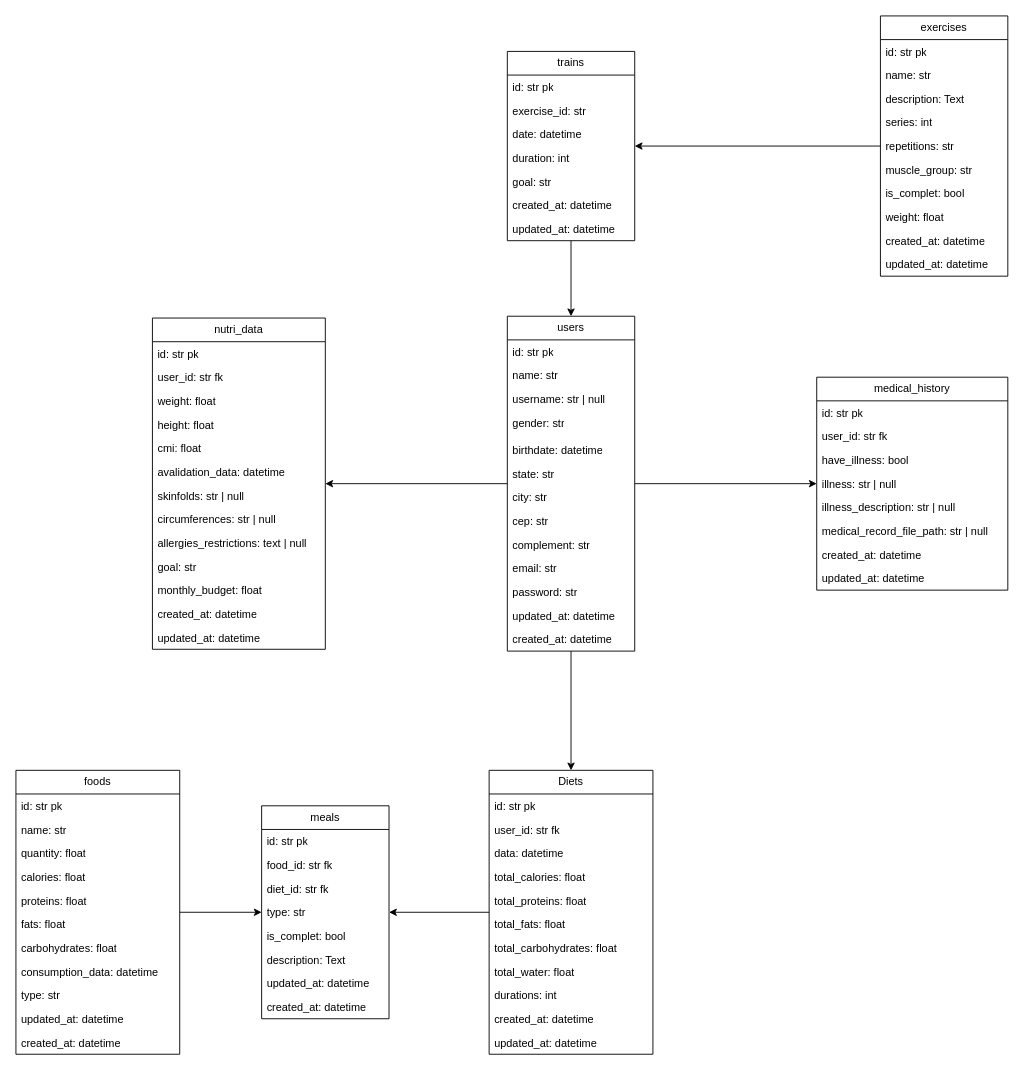
This is docs/db.drawio from mauriciobenjamin700/nutrissas-api, a draw.io file, before an edit. Source tidied: cells renumbered, new cells numbered last; positions are measured from the earlier drawing's top-left corner, leaving out a move shared by most shapes. Both pictures are drawn from the tidied source at 91%, with x=0, y=0 at pixel (15, 15).
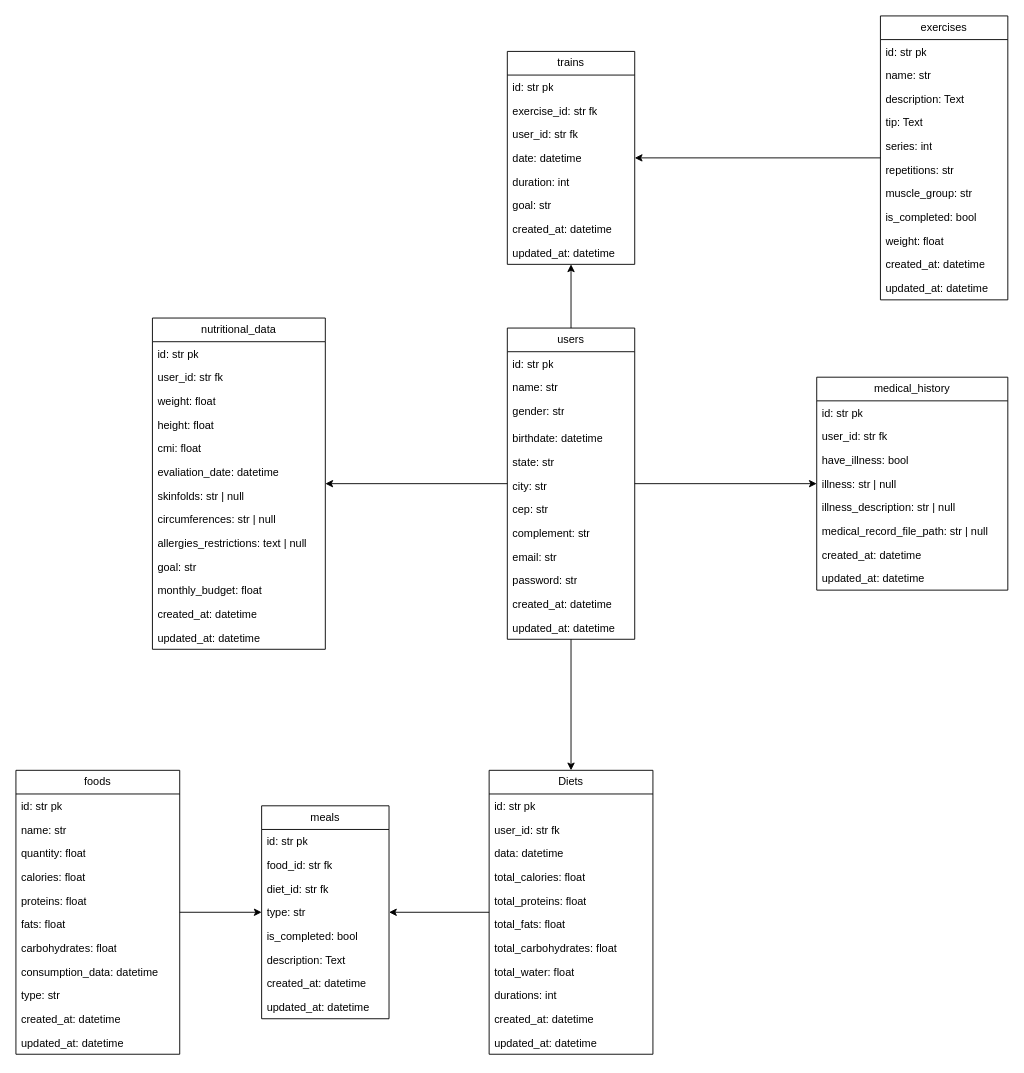
The same diagram, later.

Unchanged cells that the change refers to:
```xml
<mxCell id="43" value="foods" style="swimlane;fontStyle=0;horizontal=1;startSize=26;fillColor=none;whiteSpace=wrap;html=1;" parent="1" vertex="1">
  <mxGeometry y="829" width="180" height="312" as="geometry" />
</mxCell>
<mxCell id="55" value="meals" style="swimlane;fontStyle=0;horizontal=1;startSize=26;fillColor=none;whiteSpace=wrap;html=1;" parent="1" vertex="1">
  <mxGeometry x="270" y="868" width="140" height="234" as="geometry" />
</mxCell>
```

Change to the diagram source:
```diff
@@
+    <mxCell id="98" style="edgeStyle=none;html=1;" parent="1" edge="1" source="5" target="78">
+      <mxGeometry relative="1" as="geometry" />
+    </mxCell>
     <mxCell id="5" value="users" style="swimlane;fontStyle=0;horizontal=1;startSize=26;fillColor=none;whiteSpace=wrap;html=1;" parent="1" vertex="1">
-      <mxGeometry x="540" y="330" width="140" height="368" as="geometry" />
+      <mxGeometry x="540" y="343" width="140" height="342" as="geometry" />
     </mxCell>
@@
-    <mxCell id="8" value="username: str | null" style="text;strokeColor=none;fillColor=none;align=left;verticalAlign=top;spacingLeft=4;spacingRight=4;overflow=hidden;whiteSpace=wrap;html=1;" parent="5" vertex="1">
-      <mxGeometry y="78" width="140" height="26" as="geometry" />
-    </mxCell>
     <mxCell id="9" value="gender: str" style="text;strokeColor=none;fillColor=none;align=left;verticalAlign=top;spacingLeft=4;spacingRight=4;overflow=hidden;whiteSpace=wrap;html=1;" parent="5" vertex="1">
-      <mxGeometry y="104" width="140" height="30" as="geometry" />
+      <mxGeometry y="78" width="140" height="30" as="geometry" />
     </mxCell>
     <mxCell id="10" value="birthdate: datetime" style="text;strokeColor=none;fillColor=none;align=left;verticalAlign=top;spacingLeft=4;spacingRight=4;overflow=hidden;whiteSpace=wrap;html=1;" parent="5" vertex="1">
-      <mxGeometry y="134" width="140" height="26" as="geometry" />
+      <mxGeometry y="108" width="140" height="26" as="geometry" />
     </mxCell>
     <mxCell id="11" value="state: str" style="text;strokeColor=none;fillColor=none;align=left;verticalAlign=top;spacingLeft=4;spacingRight=4;overflow=hidden;whiteSpace=wrap;html=1;" parent="5" vertex="1">
-      <mxGeometry y="160" width="140" height="26" as="geometry" />
+      <mxGeometry y="134" width="140" height="26" as="geometry" />
     </mxCell>
     <mxCell id="12" value="city: str" style="text;strokeColor=none;fillColor=none;align=left;verticalAlign=top;spacingLeft=4;spacingRight=4;overflow=hidden;whiteSpace=wrap;html=1;" parent="5" vertex="1">
-      <mxGeometry y="186" width="140" height="26" as="geometry" />
+      <mxGeometry y="160" width="140" height="26" as="geometry" />
     </mxCell>
     <mxCell id="13" value="cep: str" style="text;strokeColor=none;fillColor=none;align=left;verticalAlign=top;spacingLeft=4;spacingRight=4;overflow=hidden;whiteSpace=wrap;html=1;" parent="5" vertex="1">
-      <mxGeometry y="212" width="140" height="26" as="geometry" />
+      <mxGeometry y="186" width="140" height="26" as="geometry" />
     </mxCell>
     <mxCell id="14" value="complement: str" style="text;strokeColor=none;fillColor=none;align=left;verticalAlign=top;spacingLeft=4;spacingRight=4;overflow=hidden;whiteSpace=wrap;html=1;" parent="5" vertex="1">
-      <mxGeometry y="238" width="140" height="26" as="geometry" />
+      <mxGeometry y="212" width="140" height="26" as="geometry" />
     </mxCell>
     <mxCell id="15" value="email: str" style="text;strokeColor=none;fillColor=none;align=left;verticalAlign=top;spacingLeft=4;spacingRight=4;overflow=hidden;whiteSpace=wrap;html=1;" parent="5" vertex="1">
-      <mxGeometry y="264" width="140" height="26" as="geometry" />
+      <mxGeometry y="238" width="140" height="26" as="geometry" />
     </mxCell>
     <mxCell id="16" value="password: str" style="text;strokeColor=none;fillColor=none;align=left;verticalAlign=top;spacingLeft=4;spacingRight=4;overflow=hidden;whiteSpace=wrap;html=1;" parent="5" vertex="1">
-      <mxGeometry y="290" width="140" height="26" as="geometry" />
+      <mxGeometry y="264" width="140" height="26" as="geometry" />
     </mxCell>
+    <mxCell id="18" value="created_at: datetime" style="text;strokeColor=none;fillColor=none;align=left;verticalAlign=top;spacingLeft=4;spacingRight=4;overflow=hidden;whiteSpace=wrap;html=1;" parent="5" vertex="1">
+      <mxGeometry y="290" width="140" height="26" as="geometry" />
+    </mxCell>
@@
-    <mxCell id="18" value="created_at: datetime" style="text;strokeColor=none;fillColor=none;align=left;verticalAlign=top;spacingLeft=4;spacingRight=4;overflow=hidden;whiteSpace=wrap;html=1;" parent="5" vertex="1">
-      <mxGeometry y="342" width="140" height="26" as="geometry" />
-    </mxCell>
@@
-    <mxCell id="28" value="nutri_data" style="swimlane;fontStyle=0;horizontal=1;startSize=26;fillColor=none;whiteSpace=wrap;html=1;" parent="1" vertex="1">
+    <mxCell id="28" value="nutritional_data" style="swimlane;fontStyle=0;horizontal=1;startSize=26;fillColor=none;whiteSpace=wrap;html=1;" parent="1" vertex="1">
       <mxGeometry x="150" y="332" width="190" height="364" as="geometry" />
     </mxCell>
@@
-    <mxCell id="34" value="avalidation_data: datetime" style="text;strokeColor=none;fillColor=none;align=left;verticalAlign=top;spacingLeft=4;spacingRight=4;overflow=hidden;whiteSpace=wrap;html=1;" parent="28" vertex="1">
+    <mxCell id="34" value="evaliation_date: datetime" style="text;strokeColor=none;fillColor=none;align=left;verticalAlign=top;spacingLeft=4;spacingRight=4;overflow=hidden;whiteSpace=wrap;html=1;" parent="28" vertex="1">
       <mxGeometry y="156" width="190" height="26" as="geometry" />
     </mxCell>
@@
+    <mxCell id="54" value="created_at: datetime" style="text;strokeColor=none;fillColor=none;align=left;verticalAlign=top;spacingLeft=4;spacingRight=4;overflow=hidden;whiteSpace=wrap;html=1;" parent="43" vertex="1">
+      <mxGeometry y="260" width="180" height="26" as="geometry" />
+    </mxCell>
     <mxCell id="53" value="updated_at: datetime" style="text;strokeColor=none;fillColor=none;align=left;verticalAlign=top;spacingLeft=4;spacingRight=4;overflow=hidden;whiteSpace=wrap;html=1;" parent="43" vertex="1">
-      <mxGeometry y="260" width="180" height="26" as="geometry" />
+      <mxGeometry y="286" width="180" height="26" as="geometry" />
     </mxCell>
-    <mxCell id="54" value="created_at: datetime" style="text;strokeColor=none;fillColor=none;align=left;verticalAlign=top;spacingLeft=4;spacingRight=4;overflow=hidden;whiteSpace=wrap;html=1;" parent="43" vertex="1">
-      <mxGeometry y="286" width="180" height="26" as="geometry" />
-    </mxCell>
@@
-    <mxCell id="60" value="is_complet: bool" style="text;strokeColor=none;fillColor=none;align=left;verticalAlign=top;spacingLeft=4;spacingRight=4;overflow=hidden;whiteSpace=wrap;html=1;" parent="55" vertex="1">
+    <mxCell id="60" value="is_completed: bool" style="text;strokeColor=none;fillColor=none;align=left;verticalAlign=top;spacingLeft=4;spacingRight=4;overflow=hidden;whiteSpace=wrap;html=1;" parent="55" vertex="1">
       <mxGeometry y="130" width="140" height="26" as="geometry" />
     </mxCell>
@@
+    <mxCell id="63" value="created_at: datetime" style="text;strokeColor=none;fillColor=none;align=left;verticalAlign=top;spacingLeft=4;spacingRight=4;overflow=hidden;whiteSpace=wrap;html=1;" parent="55" vertex="1">
+      <mxGeometry y="182" width="140" height="26" as="geometry" />
+    </mxCell>
     <mxCell id="62" value="updated_at: datetime" style="text;strokeColor=none;fillColor=none;align=left;verticalAlign=top;spacingLeft=4;spacingRight=4;overflow=hidden;whiteSpace=wrap;html=1;" parent="55" vertex="1">
-      <mxGeometry y="182" width="140" height="26" as="geometry" />
+      <mxGeometry y="208" width="140" height="26" as="geometry" />
     </mxCell>
-    <mxCell id="63" value="created_at: datetime" style="text;strokeColor=none;fillColor=none;align=left;verticalAlign=top;spacingLeft=4;spacingRight=4;overflow=hidden;whiteSpace=wrap;html=1;" parent="55" vertex="1">
-      <mxGeometry y="208" width="140" height="26" as="geometry" />
-    </mxCell>
@@
-    <mxCell id="77" style="edgeStyle=none;html=1;" parent="1" edge="1" source="78" target="5">
-      <mxGeometry relative="1" as="geometry" />
-    </mxCell>
     <mxCell id="78" value="trains" style="swimlane;fontStyle=0;horizontal=1;startSize=26;fillColor=none;whiteSpace=wrap;html=1;" parent="1" vertex="1">
-      <mxGeometry x="540" y="39" width="140" height="208" as="geometry" />
+      <mxGeometry x="540" y="39" width="140" height="234" as="geometry" />
     </mxCell>
@@
-    <mxCell id="80" value="exercise_id: str" style="text;strokeColor=none;fillColor=none;align=left;verticalAlign=top;spacingLeft=4;spacingRight=4;overflow=hidden;whiteSpace=wrap;html=1;" parent="78" vertex="1">
+    <mxCell id="80" value="exercise_id: str fk" style="text;strokeColor=none;fillColor=none;align=left;verticalAlign=top;spacingLeft=4;spacingRight=4;overflow=hidden;whiteSpace=wrap;html=1;" parent="78" vertex="1">
       <mxGeometry y="52" width="140" height="26" as="geometry" />
     </mxCell>
+    <mxCell id="99" value="user_id: str fk" style="text;strokeColor=none;fillColor=none;align=left;verticalAlign=top;spacingLeft=4;spacingRight=4;overflow=hidden;whiteSpace=wrap;html=1;" parent="78" vertex="1">
+      <mxGeometry y="78" width="140" height="26" as="geometry" />
+    </mxCell>
     <mxCell id="81" value="date: datetime" style="text;strokeColor=none;fillColor=none;align=left;verticalAlign=top;spacingLeft=4;spacingRight=4;overflow=hidden;whiteSpace=wrap;html=1;" parent="78" vertex="1">
-      <mxGeometry y="78" width="140" height="26" as="geometry" />
+      <mxGeometry y="104" width="140" height="26" as="geometry" />
     </mxCell>
     <mxCell id="82" value="duration: int" style="text;strokeColor=none;fillColor=none;align=left;verticalAlign=top;spacingLeft=4;spacingRight=4;overflow=hidden;whiteSpace=wrap;html=1;" parent="78" vertex="1">
-      <mxGeometry y="104" width="140" height="26" as="geometry" />
+      <mxGeometry y="130" width="140" height="26" as="geometry" />
     </mxCell>
     <mxCell id="83" value="goal: str" style="text;strokeColor=none;fillColor=none;align=left;verticalAlign=top;spacingLeft=4;spacingRight=4;overflow=hidden;whiteSpace=wrap;html=1;" parent="78" vertex="1">
-      <mxGeometry y="130" width="140" height="26" as="geometry" />
+      <mxGeometry y="156" width="140" height="26" as="geometry" />
     </mxCell>
     <mxCell id="84" value="created_at: datetime" style="text;strokeColor=none;fillColor=none;align=left;verticalAlign=top;spacingLeft=4;spacingRight=4;overflow=hidden;whiteSpace=wrap;html=1;" parent="78" vertex="1">
-      <mxGeometry y="156" width="140" height="26" as="geometry" />
+      <mxGeometry y="182" width="140" height="26" as="geometry" />
     </mxCell>
     <mxCell id="85" value="updated_at: datetime" style="text;strokeColor=none;fillColor=none;align=left;verticalAlign=top;spacingLeft=4;spacingRight=4;overflow=hidden;whiteSpace=wrap;html=1;" parent="78" vertex="1">
-      <mxGeometry y="182" width="140" height="26" as="geometry" />
+      <mxGeometry y="208" width="140" height="26" as="geometry" />
     </mxCell>
@@
     <mxCell id="87" value="exercises" style="swimlane;fontStyle=0;horizontal=1;startSize=26;fillColor=none;whiteSpace=wrap;html=1;" parent="1" vertex="1">
-      <mxGeometry x="950" width="140" height="286" as="geometry" />
+      <mxGeometry x="950" width="140" height="312" as="geometry" />
     </mxCell>
@@
+    <mxCell id="100" value="tip: Text" style="text;strokeColor=none;fillColor=none;align=left;verticalAlign=top;spacingLeft=4;spacingRight=4;overflow=hidden;whiteSpace=wrap;html=1;" parent="87" vertex="1">
+      <mxGeometry y="104" width="140" height="26" as="geometry" />
+    </mxCell>
     <mxCell id="91" value="series: int" style="text;strokeColor=none;fillColor=none;align=left;verticalAlign=top;spacingLeft=4;spacingRight=4;overflow=hidden;whiteSpace=wrap;html=1;" parent="87" vertex="1">
-      <mxGeometry y="104" width="140" height="26" as="geometry" />
+      <mxGeometry y="130" width="140" height="26" as="geometry" />
     </mxCell>
     <mxCell id="92" value="repetitions: str" style="text;strokeColor=none;fillColor=none;align=left;verticalAlign=top;spacingLeft=4;spacingRight=4;overflow=hidden;whiteSpace=wrap;html=1;" parent="87" vertex="1">
-      <mxGeometry y="130" width="140" height="26" as="geometry" />
+      <mxGeometry y="156" width="140" height="26" as="geometry" />
     </mxCell>
     <mxCell id="93" value="muscle_group: str" style="text;strokeColor=none;fillColor=none;align=left;verticalAlign=top;spacingLeft=4;spacingRight=4;overflow=hidden;whiteSpace=wrap;html=1;" parent="87" vertex="1">
-      <mxGeometry y="156" width="140" height="26" as="geometry" />
+      <mxGeometry y="182" width="140" height="26" as="geometry" />
     </mxCell>
-    <mxCell id="94" value="is_complet: bool" style="text;strokeColor=none;fillColor=none;align=left;verticalAlign=top;spacingLeft=4;spacingRight=4;overflow=hidden;whiteSpace=wrap;html=1;" parent="87" vertex="1">
-      <mxGeometry y="182" width="140" height="26" as="geometry" />
+    <mxCell id="94" value="is_completed: bool" style="text;strokeColor=none;fillColor=none;align=left;verticalAlign=top;spacingLeft=4;spacingRight=4;overflow=hidden;whiteSpace=wrap;html=1;" parent="87" vertex="1">
+      <mxGeometry y="208" width="140" height="26" as="geometry" />
     </mxCell>
     <mxCell id="95" value="weight: float" style="text;strokeColor=none;fillColor=none;align=left;verticalAlign=top;spacingLeft=4;spacingRight=4;overflow=hidden;whiteSpace=wrap;html=1;" parent="87" vertex="1">
-      <mxGeometry y="208" width="140" height="26" as="geometry" />
+      <mxGeometry y="234" width="140" height="26" as="geometry" />
     </mxCell>
     <mxCell id="96" value="created_at: datetime" style="text;strokeColor=none;fillColor=none;align=left;verticalAlign=top;spacingLeft=4;spacingRight=4;overflow=hidden;whiteSpace=wrap;html=1;" parent="87" vertex="1">
-      <mxGeometry y="234" width="140" height="26" as="geometry" />
+      <mxGeometry y="260" width="140" height="26" as="geometry" />
     </mxCell>
     <mxCell id="97" value="updated_at: datetime" style="text;strokeColor=none;fillColor=none;align=left;verticalAlign=top;spacingLeft=4;spacingRight=4;overflow=hidden;whiteSpace=wrap;html=1;" parent="87" vertex="1">
-      <mxGeometry y="260" width="140" height="26" as="geometry" />
+      <mxGeometry y="286" width="140" height="26" as="geometry" />
     </mxCell>
```
